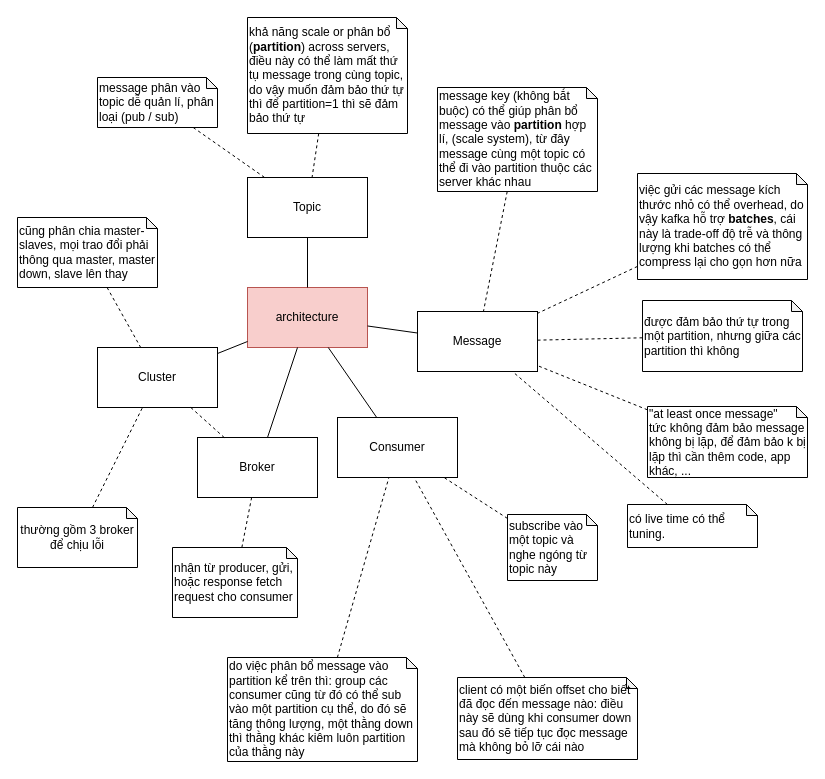
tuana9a/docs keeps this draw.io diagram as page "architechture" (2 of 2) of kafka/kafka.drawio. Above is the earlier version. Source tidied: cells renumbered, new cells numbered last; positions are measured from the earlier drawing's top-left corner, leaving out a move shared by most shapes. Both pictures are drawn from the tidied source at 100%, with x=0, y=0 at pixel (17, 17).
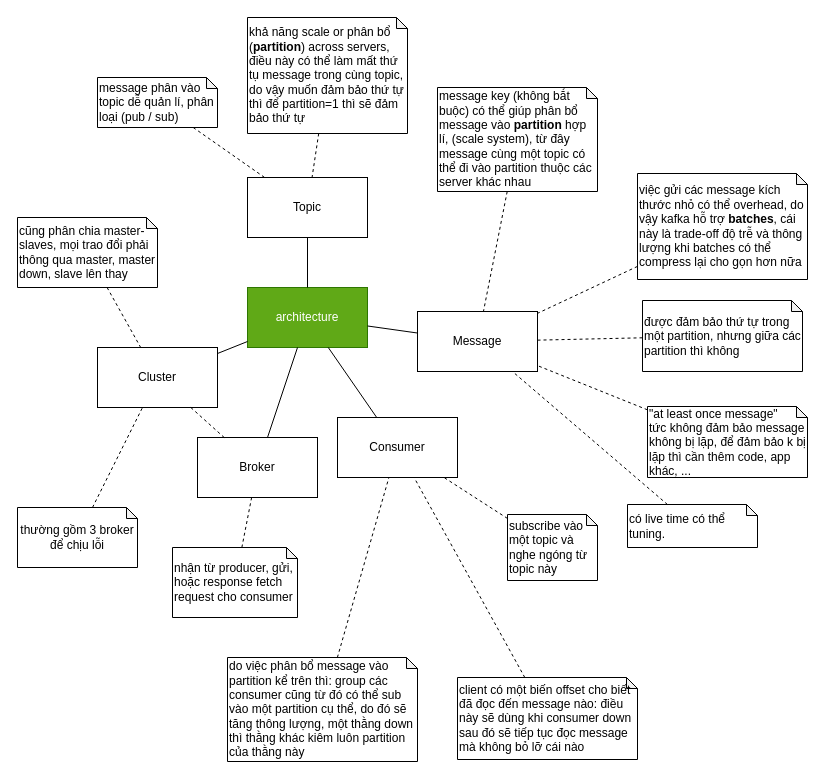
The same page after the edit.

Change to the diagram source:
```diff
@@
-    <mxCell id="2" value="architecture" style="whiteSpace=wrap;html=1;fillColor=#f8cecc;strokeColor=#b85450;" parent="1" vertex="1">
+    <mxCell id="2" value="architecture" style="whiteSpace=wrap;html=1;fillColor=#60a917;strokeColor=#2D7600;fontColor=#ffffff;" parent="1" vertex="1">
       <mxGeometry x="230" y="270" width="120" height="60" as="geometry" />
     </mxCell>
```
